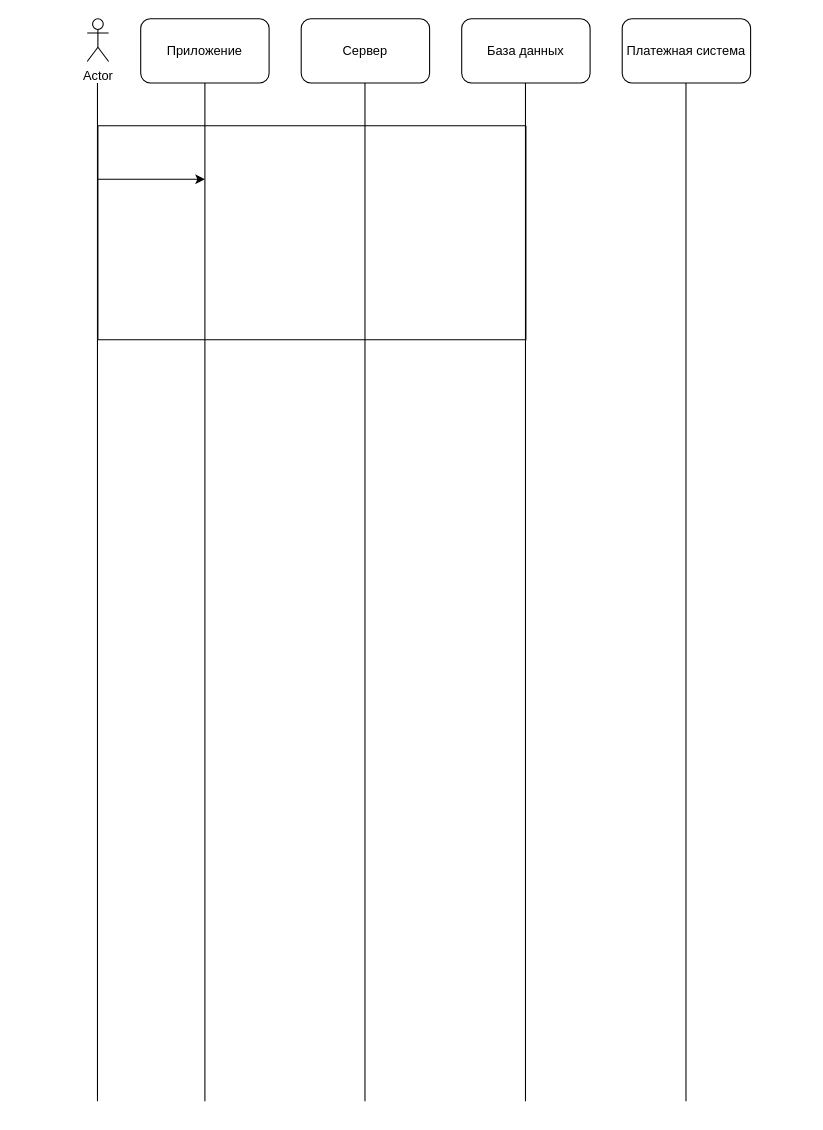
This is Untitled Diagram.drawio from MMIRRAHIM/GIT-Course, a draw.io file, before an edit. Source tidied: cells renumbered, new cells numbered last; positions are measured from the earlier drawing's top-left corner, leaving out a move shared by most shapes. Both pictures are drawn from the tidied source at 107%, with x=0, y=0 at pixel (87, 18).
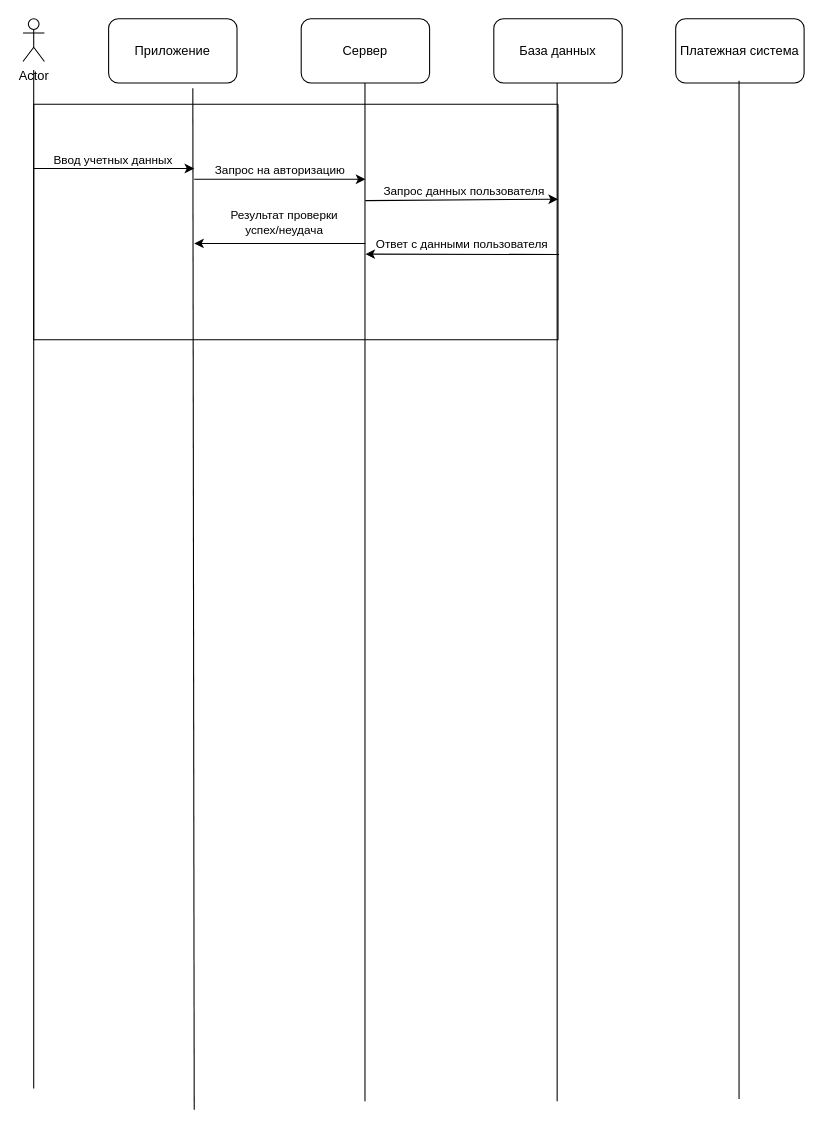
After the change.

The edit, as a diff of the source:
```diff
@@
     <mxCell id="2" value="Actor" style="shape=umlActor;verticalLabelPosition=bottom;verticalAlign=top;html=1;" parent="1" vertex="1">
-      <mxGeometry width="20" height="40" as="geometry" />
+      <mxGeometry x="-60" width="20" height="40" as="geometry" />
     </mxCell>
     <mxCell id="3" value="Приложение" style="rounded=1;whiteSpace=wrap;html=1;" parent="1" vertex="1">
-      <mxGeometry x="50" width="120" height="60" as="geometry" />
+      <mxGeometry x="20" width="120" height="60" as="geometry" />
     </mxCell>
@@
     <mxCell id="5" value="База данных" style="rounded=1;whiteSpace=wrap;html=1;" parent="1" vertex="1">
-      <mxGeometry x="350" width="120" height="60" as="geometry" />
+      <mxGeometry x="380" width="120" height="60" as="geometry" />
     </mxCell>
     <mxCell id="6" value="Платежная система" style="rounded=1;whiteSpace=wrap;html=1;" parent="1" vertex="1">
-      <mxGeometry x="500" width="120" height="60" as="geometry" />
+      <mxGeometry x="550" width="120" height="60" as="geometry" />
     </mxCell>
-    <mxCell id="7" style="endArrow=none;html=1;rounded=0;" parent="1" edge="1">
-      <mxGeometry relative="1" as="geometry">
-        <mxPoint x="110" y="1011.7" as="sourcePoint" />
-        <mxPoint x="110" y="60" as="targetPoint" />
-      </mxGeometry>
-    </mxCell>
@@
     <mxCell id="9" style="endArrow=none;html=1;rounded=0;" parent="1" edge="1">
       <mxGeometry relative="1" as="geometry">
-        <mxPoint x="409.6" y="1011.7" as="sourcePoint" />
-        <mxPoint x="409.6" y="60" as="targetPoint" />
+        <mxPoint x="439.2" y="1011.7" as="sourcePoint" />
+        <mxPoint x="439.2" y="60" as="targetPoint" />
       </mxGeometry>
     </mxCell>
     <mxCell id="10" style="endArrow=none;html=1;rounded=0;" parent="1" edge="1">
       <mxGeometry relative="1" as="geometry">
-        <mxPoint x="559.6" y="1011.7" as="sourcePoint" />
-        <mxPoint x="559.6" y="60" as="targetPoint" />
+        <mxPoint x="609.2" y="1009.7" as="sourcePoint" />
+        <mxPoint x="609.2" y="58" as="targetPoint" />
       </mxGeometry>
     </mxCell>
+    <mxCell id="13" style="swimlane;startSize=0;" parent="1" vertex="1">
+      <mxGeometry x="-50" y="80" width="490" height="220" as="geometry" />
+    </mxCell>
-    <mxCell id="11" style="endArrow=none;html=1;rounded=0;" parent="1" edge="1">
+    <mxCell id="11" style="endArrow=none;html=1;rounded=0;" parent="13" edge="1">
       <mxGeometry relative="1" as="geometry">
-        <mxPoint x="9.6" y="1011.7" as="sourcePoint" />
-        <mxPoint x="9.6" y="60" as="targetPoint" />
+        <mxPoint y="919.7" as="sourcePoint" />
+        <mxPoint y="-32" as="targetPoint" />
       </mxGeometry>
     </mxCell>
+    <mxCell id="7" style="endArrow=none;html=1;rounded=0;entryX=0.656;entryY=1.082;entryDx=0;entryDy=0;entryPerimeter=0;" parent="13" edge="1" target="3">
+      <mxGeometry relative="1" as="geometry">
+        <mxPoint x="150" y="939.7" as="sourcePoint" />
+      </mxGeometry>
+    </mxCell>
-    <mxCell id="12" style="endArrow=classic;html=1;rounded=0;" parent="1" edge="1">
+    <mxCell id="12" style="endArrow=classic;html=1;rounded=0;" parent="13" edge="1">
       <mxGeometry relative="1" as="geometry">
-        <mxPoint x="10" y="150" as="sourcePoint" />
-        <mxPoint x="110" y="150" as="targetPoint" />
+        <mxPoint y="60" as="sourcePoint" />
+        <mxPoint x="150" y="60" as="targetPoint" />
       </mxGeometry>
     </mxCell>
-    <mxCell id="13" style="swimlane;startSize=0;" parent="1" vertex="1">
-      <mxGeometry x="10" y="100" width="400" height="200" as="geometry" />
-    </mxCell>
+    <mxCell id="14" value="Ввод учетных данных" style="edgeLabel;html=1;align=center;verticalAlign=middle;" parent="12" vertex="1">
+      <mxGeometry x="0.3" y="9" relative="1" as="geometry">
+        <mxPoint x="-25" as="offset" />
+      </mxGeometry>
+    </mxCell>
+    <mxCell id="15" style="endArrow=classic;html=1;rounded=0;" parent="13" edge="1">
+      <mxGeometry relative="1" as="geometry">
+        <mxPoint x="150" y="70" as="sourcePoint" />
+        <mxPoint x="310" y="70" as="targetPoint" />
+      </mxGeometry>
+    </mxCell>
+    <mxCell id="16" value="Запрос на авторизацию" style="edgeLabel;html=1;align=center;verticalAlign=middle;" parent="15" vertex="1">
+      <mxGeometry x="0.3" y="9" relative="1" as="geometry">
+        <mxPoint x="-25" as="offset" />
+      </mxGeometry>
+    </mxCell>
+    <mxCell id="17" style="endArrow=classic;html=1;rounded=0;entryX=1;entryY=0.403;entryDx=0;entryDy=0;entryPerimeter=0;" parent="13" edge="1" target="13">
+      <mxGeometry relative="1" as="geometry">
+        <mxPoint x="310" y="90" as="sourcePoint" />
+      </mxGeometry>
+    </mxCell>
+    <mxCell id="18" value="Запрос данных пользователя" style="edgeLabel;html=1;align=center;verticalAlign=middle;" parent="17" vertex="1">
+      <mxGeometry x="0.3" y="9" relative="1" as="geometry">
+        <mxPoint x="-25" as="offset" />
+      </mxGeometry>
+    </mxCell>
+    <mxCell id="19" style="endArrow=classic;html=1;rounded=0;exitX=1.002;exitY=0.638;exitDx=0;exitDy=0;exitPerimeter=0;" parent="13" edge="1" source="13">
+      <mxGeometry relative="1" as="geometry">
+        <mxPoint x="310" y="140" as="targetPoint" />
+      </mxGeometry>
+    </mxCell>
+    <mxCell id="20" value="Ответ с данными пользователя" style="edgeLabel;html=1;align=center;verticalAlign=middle;" parent="19" vertex="1">
+      <mxGeometry x="0.3" y="9" relative="1" as="geometry">
+        <mxPoint x="27" y="-19" as="offset" />
+      </mxGeometry>
+    </mxCell>
+    <mxCell id="21" style="endArrow=classic;html=1;rounded=0;" parent="13" edge="1">
+      <mxGeometry relative="1" as="geometry">
+        <mxPoint x="310" y="130" as="sourcePoint" />
+        <mxPoint x="150" y="130" as="targetPoint" />
+      </mxGeometry>
+    </mxCell>
+    <mxCell id="22" value="Результат проверки&lt;br&gt;успех/неудача" style="edgeLabel;html=1;align=center;verticalAlign=middle;" parent="21" vertex="1">
+      <mxGeometry x="0.3" y="9" relative="1" as="geometry">
+        <mxPoint x="27" y="-29" as="offset" />
+      </mxGeometry>
+    </mxCell>
```
